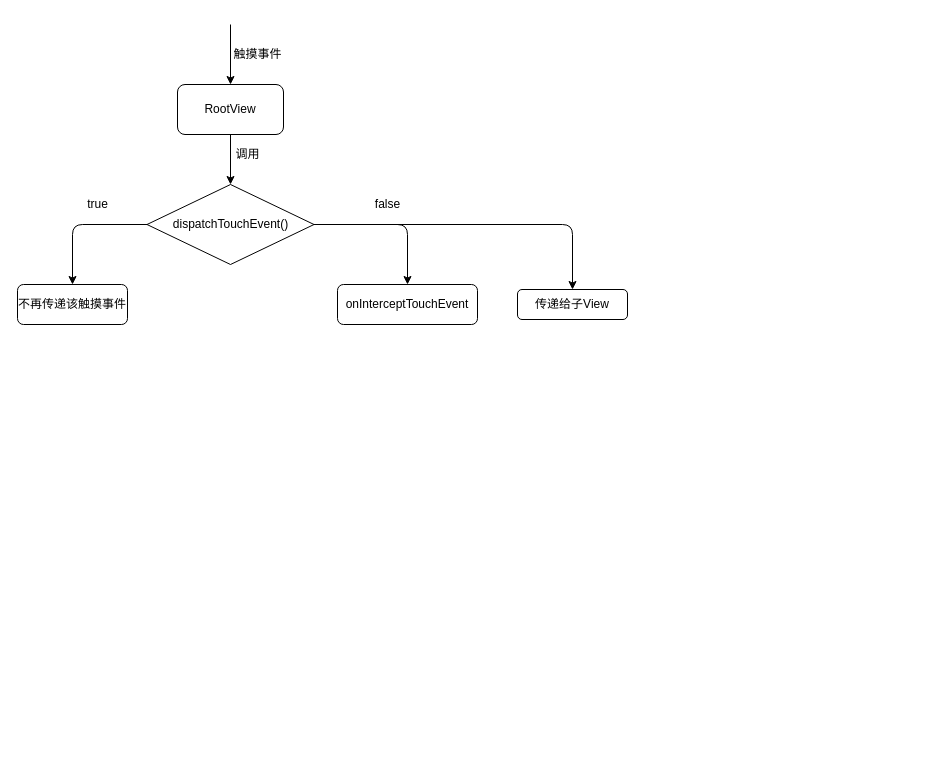
Above: ViewTouch.drawio in Eanam/PointlessDiagram (draw.io), before the change. Source tidied: cells renumbered, new cells numbered last; positions are measured from the earlier drawing's top-left corner, leaving out a move shared by most shapes. Both pictures are drawn from the tidied source at 100%, with x=0, y=0 at pixel (17, 24).
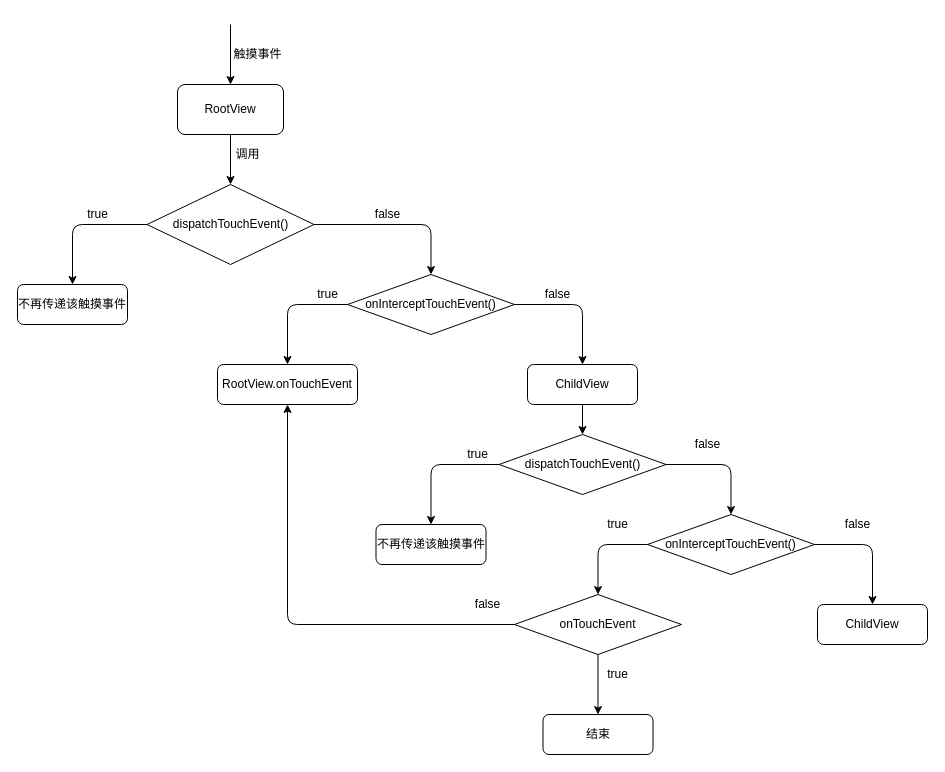
After the change.

The change refers to these unchanged cells:
```xml
<mxCell id="5" value="dispatchTouchEvent()" style="rhombus;whiteSpace=wrap;html=1;" parent="1" vertex="1">
  <mxGeometry x="129.5" y="160" width="167" height="80" as="geometry" />
</mxCell>
```

Change to the diagram source:
```diff
@@
     <mxCell id="10" value="true" style="text;html=1;align=center;verticalAlign=middle;strokeColor=none;" parent="1" vertex="1">
-      <mxGeometry x="60" y="170" width="40" height="20" as="geometry" />
+      <mxGeometry x="60" y="180" width="40" height="20" as="geometry" />
     </mxCell>
-    <mxCell id="11" value="onInterceptTouchEvent" style="rounded=1;whiteSpace=wrap;html=1;" parent="1" vertex="1">
-      <mxGeometry x="320" y="260" width="140" height="40" as="geometry" />
-    </mxCell>
-    <mxCell id="12" style="endArrow=classic;html=1;exitX=1;exitY=0.5;exitDx=0;exitDy=0;entryX=0.5;entryY=0;entryDx=0;entryDy=0;edgeStyle=orthogonalEdgeStyle;" parent="1" edge="1" source="5" target="11">
+    <mxCell id="12" style="endArrow=classic;html=1;exitX=1;exitY=0.5;exitDx=0;exitDy=0;entryX=0.5;entryY=0;entryDx=0;entryDy=0;edgeStyle=orthogonalEdgeStyle;" parent="1" edge="1" source="5" target="16">
       <mxGeometry relative="1" as="geometry" />
     </mxCell>
     <mxCell id="13" value="false" style="text;html=1;align=center;verticalAlign=middle;strokeColor=none;" parent="1" vertex="1">
-      <mxGeometry x="350" y="170" width="40" height="20" as="geometry" />
+      <mxGeometry x="350" y="180" width="40" height="20" as="geometry" />
     </mxCell>
-    <mxCell id="14" value="传递给子View" style="rounded=1;whiteSpace=wrap;html=1;" parent="1" vertex="1">
-      <mxGeometry x="500" y="265" width="110" height="30" as="geometry" />
-    </mxCell>
-    <mxCell id="15" style="endArrow=classic;html=1;exitX=1;exitY=0.5;exitDx=0;exitDy=0;entryX=0.5;entryY=0;entryDx=0;entryDy=0;edgeStyle=orthogonalEdgeStyle;" parent="1" edge="1" source="5" target="14">
-      <mxGeometry relative="1" as="geometry" />
-    </mxCell>
+    <mxCell id="16" value="onInterceptTouchEvent()" style="rhombus;whiteSpace=wrap;html=1;" parent="1" vertex="1">
+      <mxGeometry x="330" y="250" width="167" height="60" as="geometry" />
+    </mxCell>
+    <mxCell id="17" value="RootView.onTouchEvent" style="rounded=1;whiteSpace=wrap;html=1;" parent="1" vertex="1">
+      <mxGeometry x="200" y="340" width="140" height="40" as="geometry" />
+    </mxCell>
+    <mxCell id="18" style="endArrow=classic;html=1;exitX=0;exitY=0.5;exitDx=0;exitDy=0;edgeStyle=orthogonalEdgeStyle;entryX=0.5;entryY=0;entryDx=0;entryDy=0;" parent="1" edge="1" source="16" target="17">
+      <mxGeometry relative="1" as="geometry" />
+    </mxCell>
+    <mxCell id="19" value="true&lt;br&gt;" style="text;html=1;align=center;verticalAlign=middle;strokeColor=none;" parent="1" vertex="1">
+      <mxGeometry x="290" y="260" width="40" height="20" as="geometry" />
+    </mxCell>
+    <mxCell id="20" style="edgeStyle=orthogonalEdgeStyle;rounded=0;jettySize=auto;html=1;" parent="1" edge="1" source="21" target="24">
+      <mxGeometry relative="1" as="geometry" />
+    </mxCell>
+    <mxCell id="21" value="ChildView" style="rounded=1;whiteSpace=wrap;html=1;" parent="1" vertex="1">
+      <mxGeometry x="510" y="340" width="110" height="40" as="geometry" />
+    </mxCell>
+    <mxCell id="22" style="endArrow=classic;html=1;exitX=1;exitY=0.5;exitDx=0;exitDy=0;edgeStyle=orthogonalEdgeStyle;entryX=0.5;entryY=0;entryDx=0;entryDy=0;" parent="1" edge="1" source="16" target="21">
+      <mxGeometry relative="1" as="geometry" />
+    </mxCell>
+    <mxCell id="23" value="false&lt;br&gt;" style="text;html=1;align=center;verticalAlign=middle;strokeColor=none;" parent="1" vertex="1">
+      <mxGeometry x="520" y="260" width="40" height="20" as="geometry" />
+    </mxCell>
+    <mxCell id="24" value="dispatchTouchEvent()" style="rhombus;whiteSpace=wrap;html=1;" parent="1" vertex="1">
+      <mxGeometry x="481.5" y="410" width="167" height="60" as="geometry" />
+    </mxCell>
+    <mxCell id="25" value="不再传递该触摸事件" style="rounded=1;whiteSpace=wrap;html=1;" parent="1" vertex="1">
+      <mxGeometry x="358.5" y="500" width="110" height="40" as="geometry" />
+    </mxCell>
+    <mxCell id="26" value="onInterceptTouchEvent()" style="rhombus;whiteSpace=wrap;html=1;" parent="1" vertex="1">
+      <mxGeometry x="630" y="490" width="167" height="60" as="geometry" />
+    </mxCell>
+    <mxCell id="27" style="endArrow=classic;html=1;entryX=0.5;entryY=0;entryDx=0;entryDy=0;edgeStyle=orthogonalEdgeStyle;exitX=0;exitY=0.5;exitDx=0;exitDy=0;" parent="1" edge="1" source="24" target="25">
+      <mxGeometry relative="1" as="geometry" />
+    </mxCell>
+    <mxCell id="28" value="true" style="text;html=1;align=center;verticalAlign=middle;strokeColor=none;" parent="1" vertex="1">
+      <mxGeometry x="440" y="420" width="40" height="20" as="geometry" />
+    </mxCell>
+    <mxCell id="29" style="endArrow=classic;html=1;edgeStyle=orthogonalEdgeStyle;entryX=0.5;entryY=0;entryDx=0;entryDy=0;exitX=1;exitY=0.5;exitDx=0;exitDy=0;" parent="1" edge="1" source="24" target="26">
+      <mxGeometry relative="1" as="geometry" />
+    </mxCell>
+    <mxCell id="30" value="false" style="text;html=1;align=center;verticalAlign=middle;strokeColor=none;" parent="1" vertex="1">
+      <mxGeometry x="670" y="410" width="40" height="20" as="geometry" />
+    </mxCell>
+    <mxCell id="31" value="ChildView" style="rounded=1;whiteSpace=wrap;html=1;" parent="1" vertex="1">
+      <mxGeometry x="800" y="580" width="110" height="40" as="geometry" />
+    </mxCell>
+    <mxCell id="32" style="endArrow=classic;html=1;exitX=1;exitY=0.5;exitDx=0;exitDy=0;edgeStyle=orthogonalEdgeStyle;entryX=0.5;entryY=0;entryDx=0;entryDy=0;" parent="1" edge="1" source="26" target="31">
+      <mxGeometry relative="1" as="geometry" />
+    </mxCell>
+    <mxCell id="33" value="false" style="text;html=1;align=center;verticalAlign=middle;strokeColor=none;" parent="1" vertex="1">
+      <mxGeometry x="820" y="490" width="40" height="20" as="geometry" />
+    </mxCell>
+    <mxCell id="34" style="edgeStyle=orthogonalEdgeStyle;rounded=0;jettySize=auto;html=1;" parent="1" edge="1" source="35" target="38">
+      <mxGeometry relative="1" as="geometry" />
+    </mxCell>
+    <mxCell id="35" value="onTouchEvent" style="rhombus;whiteSpace=wrap;html=1;" parent="1" vertex="1">
+      <mxGeometry x="497" y="570" width="167" height="60" as="geometry" />
+    </mxCell>
+    <mxCell id="36" style="endArrow=classic;html=1;entryX=0.5;entryY=0;entryDx=0;entryDy=0;edgeStyle=orthogonalEdgeStyle;exitX=0;exitY=0.5;exitDx=0;exitDy=0;" parent="1" edge="1" source="26" target="35">
+      <mxGeometry relative="1" as="geometry" />
+    </mxCell>
+    <mxCell id="37" value="true" style="text;html=1;align=center;verticalAlign=middle;strokeColor=none;" parent="1" vertex="1">
+      <mxGeometry x="580" y="490" width="40" height="20" as="geometry" />
+    </mxCell>
+    <mxCell id="38" value="结束" style="rounded=1;whiteSpace=wrap;html=1;" parent="1" vertex="1">
+      <mxGeometry x="525.5" y="690" width="110" height="40" as="geometry" />
+    </mxCell>
+    <mxCell id="39" value="true" style="text;html=1;align=center;verticalAlign=middle;strokeColor=none;" parent="1" vertex="1">
+      <mxGeometry x="580" y="640" width="40" height="20" as="geometry" />
+    </mxCell>
+    <mxCell id="40" style="endArrow=classic;html=1;entryX=0.5;entryY=1;entryDx=0;entryDy=0;edgeStyle=orthogonalEdgeStyle;exitX=0;exitY=0.5;exitDx=0;exitDy=0;" parent="1" edge="1" source="35" target="17">
+      <mxGeometry relative="1" as="geometry" />
+    </mxCell>
+    <mxCell id="41" value="false" style="text;html=1;align=center;verticalAlign=middle;strokeColor=none;" parent="1" vertex="1">
+      <mxGeometry x="450" y="570" width="40" height="20" as="geometry" />
+    </mxCell>
```
